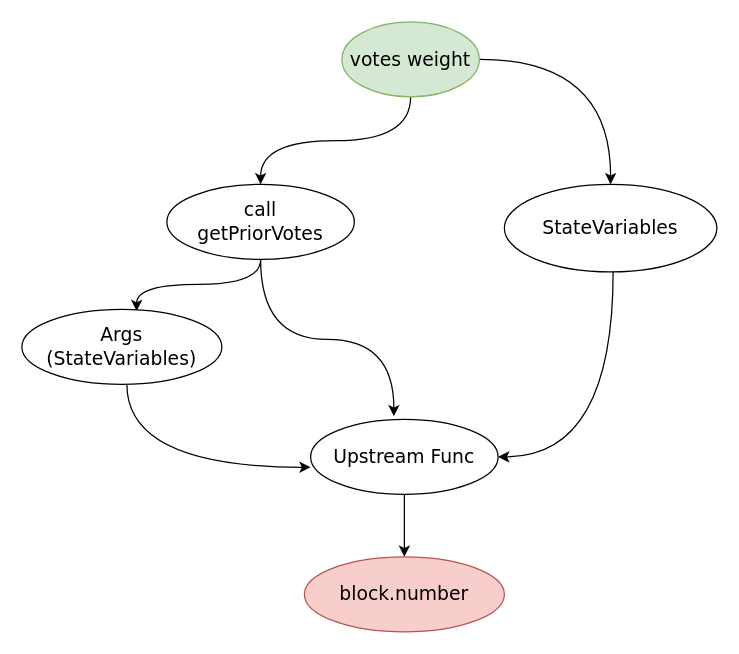
This is dataflow.drawio from bossjoker1/Assembly, a draw.io file, before an edit. Source tidied: cells renumbered, new cells numbered last; positions are measured from the earlier drawing's top-left corner, leaving out a move shared by most shapes. Both pictures are drawn from the tidied source at 125%, with x=0, y=0 at pixel (21, 21).
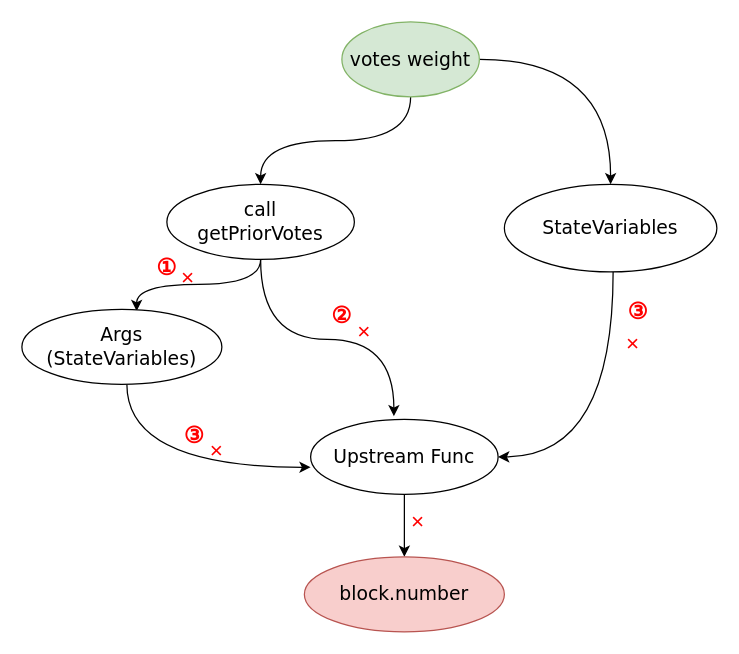
The same diagram, later.

What changed in the source:
```diff
@@
+    <mxCell id="15" value="①" style="text;html=1;strokeColor=none;fillColor=none;align=center;verticalAlign=middle;whiteSpace=wrap;rounded=0;fontColor=#FF0000;fontSize=18;fontStyle=1;" parent="1" vertex="1">
+      <mxGeometry x="86" y="182" width="60" height="30" as="geometry" />
+    </mxCell>
+    <mxCell id="16" value="&lt;font color=&quot;#ff0000&quot; style=&quot;font-size: 18px;&quot;&gt;×&lt;/font&gt;" style="text;html=1;strokeColor=none;fillColor=none;align=center;verticalAlign=middle;whiteSpace=wrap;rounded=0;" parent="1" vertex="1">
+      <mxGeometry x="103" y="190" width="60" height="30" as="geometry" />
+    </mxCell>
+    <mxCell id="17" value="&lt;font color=&quot;#ff0000&quot; style=&quot;font-size: 18px;&quot;&gt;×&lt;/font&gt;" style="text;html=1;strokeColor=none;fillColor=none;align=center;verticalAlign=middle;whiteSpace=wrap;rounded=0;" parent="1" vertex="1">
+      <mxGeometry x="126" y="328" width="60" height="30" as="geometry" />
+    </mxCell>
+    <mxCell id="18" value="&lt;font color=&quot;#ff0000&quot; style=&quot;font-size: 18px;&quot;&gt;×&lt;/font&gt;" style="text;html=1;strokeColor=none;fillColor=none;align=center;verticalAlign=middle;whiteSpace=wrap;rounded=0;" parent="1" vertex="1">
+      <mxGeometry x="459" y="243" width="60" height="30" as="geometry" />
+    </mxCell>
+    <mxCell id="19" value="&lt;font color=&quot;#ff0000&quot; style=&quot;font-size: 18px;&quot;&gt;×&lt;/font&gt;" style="text;html=1;strokeColor=none;fillColor=none;align=center;verticalAlign=middle;whiteSpace=wrap;rounded=0;" parent="1" vertex="1">
+      <mxGeometry x="244" y="233" width="60" height="30" as="geometry" />
+    </mxCell>
+    <mxCell id="20" value="&lt;font color=&quot;#ff0000&quot; style=&quot;font-size: 18px;&quot;&gt;×&lt;/font&gt;" style="text;html=1;strokeColor=none;fillColor=none;align=center;verticalAlign=middle;whiteSpace=wrap;rounded=0;" parent="1" vertex="1">
+      <mxGeometry x="287" y="385" width="60" height="30" as="geometry" />
+    </mxCell>
+    <mxCell id="21" value="③" style="text;html=1;strokeColor=none;fillColor=none;align=center;verticalAlign=middle;whiteSpace=wrap;rounded=0;fontColor=#FF0000;fontSize=18;fontStyle=1;" parent="1" vertex="1">
+      <mxGeometry x="108" y="316" width="60" height="30" as="geometry" />
+    </mxCell>
+    <mxCell id="22" value="②" style="text;html=1;strokeColor=none;fillColor=none;align=center;verticalAlign=middle;whiteSpace=wrap;rounded=0;fontColor=#FF0000;fontSize=18;fontStyle=1;" parent="1" vertex="1">
+      <mxGeometry x="226" y="220" width="60" height="30" as="geometry" />
+    </mxCell>
+    <mxCell id="23" value="③" style="text;html=1;strokeColor=none;fillColor=none;align=center;verticalAlign=middle;whiteSpace=wrap;rounded=0;fontColor=#FF0000;fontSize=18;fontStyle=1;" parent="1" vertex="1">
+      <mxGeometry x="463" y="217" width="60" height="30" as="geometry" />
+    </mxCell>
```
